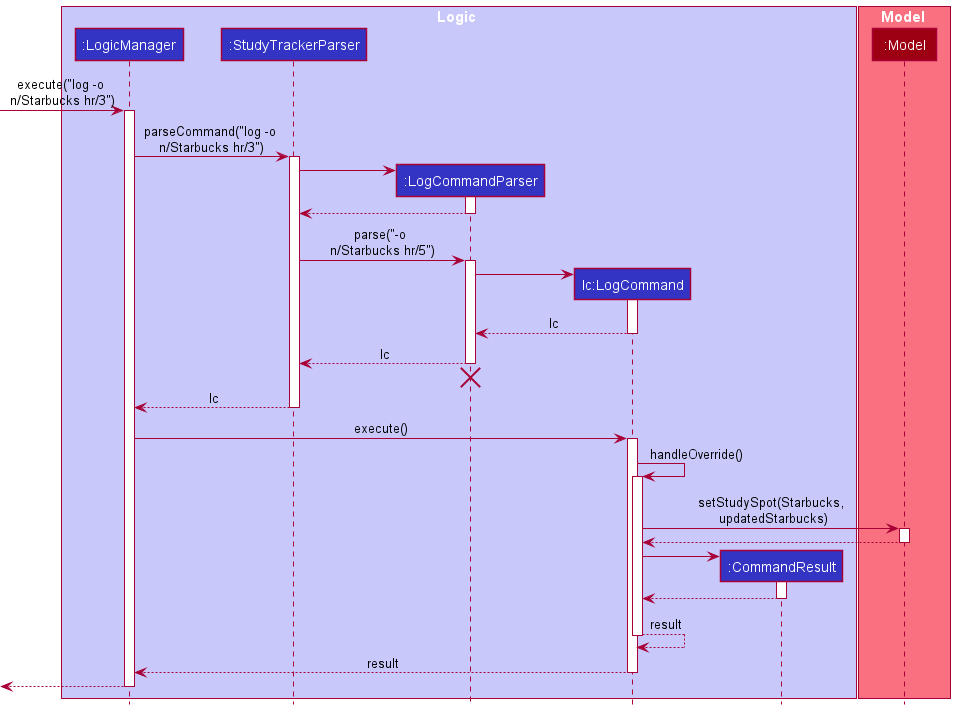
ruoyann/tp keeps this PlantUML diagram as docs/images/LogSequenceDiagramWithFlagO.png. Above is the earlier version.
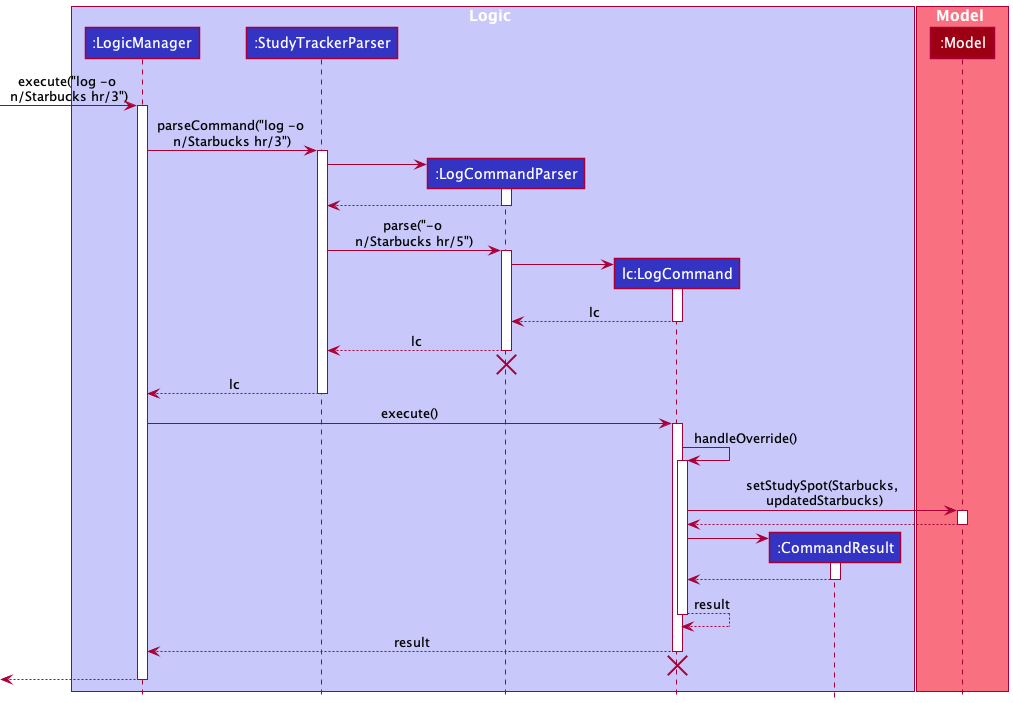
After the change.

Diff of the diagram source:
```diff
@@ -65,14 +65,10 @@
 LogCommand --> LogCommand : result
 deactivate LogCommand
 
-
-
-
-
-
-
 LogCommand --> LogicManager : result
 deactivate LogCommand
+LogCommand -[hidden]-> StudyTrackerParser
+destroy LogCommand
 
 [<--LogicManager
 deactivate LogicManager
```
